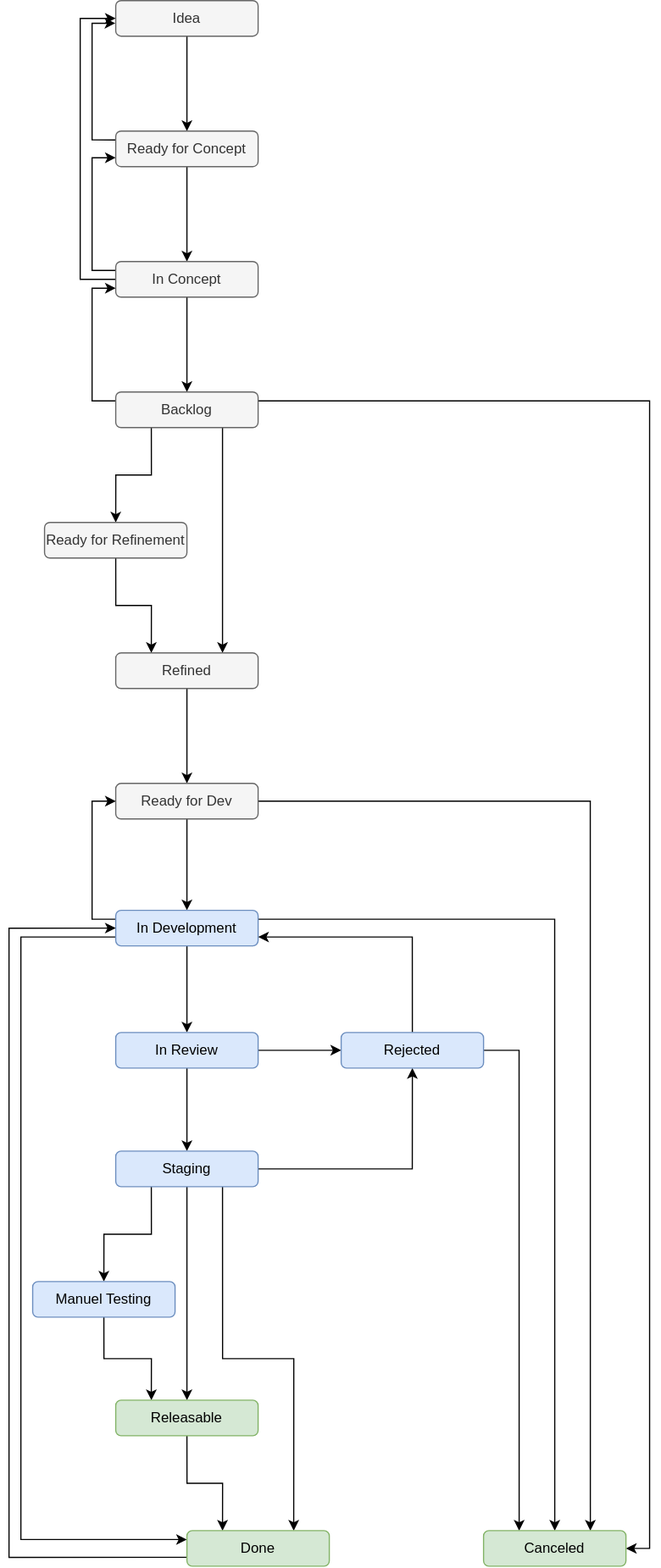
This is workflows/workflow-story.drawio.svg from ksb-digital/.github, a draw.io export, as it was before one commit. Source tidied: cells renumbered, new cells last; positions are measured from the earlier drawing's top-left corner, leaving out a move shared by most shapes. Its diagram source:
```xml
<mxGraphModel>
  <root>
    <mxCell id="0" />
    <mxCell id="1" parent="0" />
    <mxCell id="2" style="edgeStyle=orthogonalEdgeStyle;rounded=0;jettySize=auto;html=1;exitX=0.5;exitY=1;exitDx=0;exitDy=0;entryX=0.5;entryY=0;entryDx=0;entryDy=0;" parent="1" edge="1" source="3" target="6">
      <mxGeometry relative="1" as="geometry" />
    </mxCell>
    <mxCell id="3" value="Idea" style="rounded=1;whiteSpace=wrap;html=1;fillColor=#f5f5f5;fontColor=#333333;strokeColor=#666666;" parent="1" vertex="1">
      <mxGeometry x="90" width="120" height="30" as="geometry" />
    </mxCell>
    <mxCell id="4" style="edgeStyle=orthogonalEdgeStyle;rounded=0;jettySize=auto;html=1;exitX=0.5;exitY=1;exitDx=0;exitDy=0;entryX=0.5;entryY=0;entryDx=0;entryDy=0;" parent="1" edge="1" source="6" target="10">
      <mxGeometry relative="1" as="geometry" />
    </mxCell>
    <mxCell id="5" style="edgeStyle=orthogonalEdgeStyle;rounded=0;jettySize=auto;html=1;exitX=0;exitY=0.25;exitDx=0;exitDy=0;entryX=-0.003;entryY=0.637;entryDx=0;entryDy=0;entryPerimeter=0;" parent="1" edge="1" source="6" target="3">
      <mxGeometry relative="1" as="geometry" />
    </mxCell>
    <mxCell id="6" value="Ready for Concept" style="rounded=1;whiteSpace=wrap;html=1;fillColor=#f5f5f5;fontColor=#333333;strokeColor=#666666;" parent="1" vertex="1">
      <mxGeometry x="90" y="110" width="120" height="30" as="geometry" />
    </mxCell>
    <mxCell id="7" style="edgeStyle=orthogonalEdgeStyle;rounded=0;jettySize=auto;html=1;exitX=0.5;exitY=1;exitDx=0;exitDy=0;entryX=0.5;entryY=0;entryDx=0;entryDy=0;" parent="1" edge="1" source="10" target="15">
      <mxGeometry relative="1" as="geometry" />
    </mxCell>
    <mxCell id="8" style="edgeStyle=orthogonalEdgeStyle;rounded=0;jettySize=auto;html=1;exitX=0;exitY=0.25;exitDx=0;exitDy=0;entryX=0;entryY=0.75;entryDx=0;entryDy=0;" parent="1" edge="1" source="10" target="6">
      <mxGeometry relative="1" as="geometry" />
    </mxCell>
    <mxCell id="9" style="edgeStyle=orthogonalEdgeStyle;rounded=0;jettySize=auto;html=1;exitX=0;exitY=0.5;exitDx=0;exitDy=0;entryX=0;entryY=0.5;entryDx=0;entryDy=0;" parent="1" edge="1" source="10" target="3">
      <mxGeometry relative="1" as="geometry">
        <Array as="points">
          <mxPoint x="60" y="235" />
          <mxPoint x="60" y="15" />
        </Array>
      </mxGeometry>
    </mxCell>
    <mxCell id="10" value="In Concept" style="rounded=1;whiteSpace=wrap;html=1;fillColor=#f5f5f5;fontColor=#333333;strokeColor=#666666;" parent="1" vertex="1">
      <mxGeometry x="90" y="220" width="120" height="30" as="geometry" />
    </mxCell>
    <mxCell id="11" style="edgeStyle=orthogonalEdgeStyle;rounded=0;jettySize=auto;html=1;exitX=0.25;exitY=1;exitDx=0;exitDy=0;entryX=0.5;entryY=0;entryDx=0;entryDy=0;" parent="1" edge="1" source="15" target="17">
      <mxGeometry relative="1" as="geometry" />
    </mxCell>
    <mxCell id="12" style="edgeStyle=orthogonalEdgeStyle;rounded=0;jettySize=auto;html=1;exitX=0;exitY=0.25;exitDx=0;exitDy=0;entryX=0;entryY=0.75;entryDx=0;entryDy=0;" parent="1" edge="1" source="15" target="10">
      <mxGeometry relative="1" as="geometry" />
    </mxCell>
    <mxCell id="13" style="edgeStyle=orthogonalEdgeStyle;rounded=0;jettySize=auto;html=1;exitX=1;exitY=0.25;exitDx=0;exitDy=0;entryX=1;entryY=0.5;entryDx=0;entryDy=0;" parent="1" edge="1" source="15" target="45">
      <mxGeometry relative="1" as="geometry" />
    </mxCell>
    <mxCell id="14" style="edgeStyle=orthogonalEdgeStyle;rounded=0;jettySize=auto;html=1;exitX=0.75;exitY=1;exitDx=0;exitDy=0;entryX=0.75;entryY=0;entryDx=0;entryDy=0;" parent="1" edge="1" source="15" target="19">
      <mxGeometry relative="1" as="geometry" />
    </mxCell>
    <mxCell id="15" value="Backlog" style="rounded=1;whiteSpace=wrap;html=1;fillColor=#f5f5f5;fontColor=#333333;strokeColor=#666666;" parent="1" vertex="1">
      <mxGeometry x="90" y="330" width="120" height="30" as="geometry" />
    </mxCell>
    <mxCell id="16" style="edgeStyle=orthogonalEdgeStyle;rounded=0;jettySize=auto;html=1;exitX=0.5;exitY=1;exitDx=0;exitDy=0;entryX=0.25;entryY=0;entryDx=0;entryDy=0;" parent="1" edge="1" source="17" target="19">
      <mxGeometry relative="1" as="geometry" />
    </mxCell>
    <mxCell id="17" value="Ready for Refinement" style="rounded=1;whiteSpace=wrap;html=1;fillColor=#f5f5f5;fontColor=#333333;strokeColor=#666666;" parent="1" vertex="1">
      <mxGeometry x="30" y="440" width="120" height="30" as="geometry" />
    </mxCell>
    <mxCell id="18" style="edgeStyle=orthogonalEdgeStyle;rounded=0;jettySize=auto;html=1;exitX=0.5;exitY=1;exitDx=0;exitDy=0;entryX=0.5;entryY=0;entryDx=0;entryDy=0;" parent="1" edge="1" source="19" target="22">
      <mxGeometry relative="1" as="geometry" />
    </mxCell>
    <mxCell id="19" value="Refined" style="rounded=1;whiteSpace=wrap;html=1;fillColor=#f5f5f5;fontColor=#333333;strokeColor=#666666;" parent="1" vertex="1">
      <mxGeometry x="90" y="550" width="120" height="30" as="geometry" />
    </mxCell>
    <mxCell id="20" style="edgeStyle=orthogonalEdgeStyle;rounded=0;jettySize=auto;html=1;exitX=0.5;exitY=1;exitDx=0;exitDy=0;entryX=0.5;entryY=0;entryDx=0;entryDy=0;" parent="1" edge="1" source="22" target="27">
      <mxGeometry relative="1" as="geometry" />
    </mxCell>
    <mxCell id="21" style="edgeStyle=orthogonalEdgeStyle;rounded=0;jettySize=auto;html=1;exitX=1;exitY=0.5;exitDx=0;exitDy=0;entryX=0.75;entryY=0;entryDx=0;entryDy=0;" parent="1" edge="1" source="22" target="45">
      <mxGeometry relative="1" as="geometry" />
    </mxCell>
    <mxCell id="22" value="Ready for Dev" style="rounded=1;whiteSpace=wrap;html=1;fillColor=#f5f5f5;fontColor=#333333;strokeColor=#666666;" parent="1" vertex="1">
      <mxGeometry x="90" y="660" width="120" height="30" as="geometry" />
    </mxCell>
    <mxCell id="23" style="edgeStyle=orthogonalEdgeStyle;rounded=0;jettySize=auto;html=1;exitX=0.5;exitY=1;exitDx=0;exitDy=0;entryX=0.5;entryY=0;entryDx=0;entryDy=0;" parent="1" edge="1" source="27" target="30">
      <mxGeometry relative="1" as="geometry" />
    </mxCell>
    <mxCell id="24" style="edgeStyle=orthogonalEdgeStyle;rounded=0;jettySize=auto;html=1;exitX=1;exitY=0.25;exitDx=0;exitDy=0;entryX=0.5;entryY=0;entryDx=0;entryDy=0;" parent="1" edge="1" source="27" target="45">
      <mxGeometry relative="1" as="geometry" />
    </mxCell>
    <mxCell id="25" style="edgeStyle=orthogonalEdgeStyle;rounded=0;jettySize=auto;html=1;exitX=0;exitY=0.75;exitDx=0;exitDy=0;entryX=0;entryY=0.25;entryDx=0;entryDy=0;" parent="1" edge="1" source="27" target="44">
      <mxGeometry relative="1" as="geometry">
        <Array as="points">
          <mxPoint x="10" y="790" />
          <mxPoint x="10" y="1298" />
        </Array>
      </mxGeometry>
    </mxCell>
    <mxCell id="26" style="edgeStyle=orthogonalEdgeStyle;rounded=0;jettySize=auto;html=1;exitX=0;exitY=0.25;exitDx=0;exitDy=0;entryX=0;entryY=0.5;entryDx=0;entryDy=0;" parent="1" edge="1" source="27" target="22">
      <mxGeometry relative="1" as="geometry" />
    </mxCell>
    <mxCell id="27" value="In Development" style="rounded=1;whiteSpace=wrap;html=1;fillColor=#dae8fc;strokeColor=#6c8ebf;" parent="1" vertex="1">
      <mxGeometry x="90" y="767" width="120" height="30" as="geometry" />
    </mxCell>
    <mxCell id="28" style="edgeStyle=orthogonalEdgeStyle;rounded=0;jettySize=auto;html=1;exitX=0.5;exitY=1;exitDx=0;exitDy=0;entryX=0.5;entryY=0;entryDx=0;entryDy=0;" parent="1" edge="1" source="30" target="35">
      <mxGeometry relative="1" as="geometry" />
    </mxCell>
    <mxCell id="29" style="edgeStyle=orthogonalEdgeStyle;rounded=0;jettySize=auto;html=1;exitX=1;exitY=0.5;exitDx=0;exitDy=0;entryX=0;entryY=0.5;entryDx=0;entryDy=0;" parent="1" edge="1" source="30" target="38">
      <mxGeometry relative="1" as="geometry" />
    </mxCell>
    <mxCell id="30" value="In Review" style="rounded=1;whiteSpace=wrap;html=1;fillColor=#dae8fc;strokeColor=#6c8ebf;" parent="1" vertex="1">
      <mxGeometry x="90" y="870" width="120" height="30" as="geometry" />
    </mxCell>
    <mxCell id="31" style="edgeStyle=orthogonalEdgeStyle;rounded=0;jettySize=auto;html=1;exitX=0.25;exitY=1;exitDx=0;exitDy=0;entryX=0.5;entryY=0;entryDx=0;entryDy=0;" parent="1" edge="1" source="35" target="40">
      <mxGeometry relative="1" as="geometry" />
    </mxCell>
    <mxCell id="32" style="edgeStyle=orthogonalEdgeStyle;rounded=0;jettySize=auto;html=1;exitX=0.5;exitY=1;exitDx=0;exitDy=0;entryX=0.5;entryY=0;entryDx=0;entryDy=0;" parent="1" edge="1" source="35" target="42">
      <mxGeometry relative="1" as="geometry" />
    </mxCell>
    <mxCell id="33" style="edgeStyle=orthogonalEdgeStyle;rounded=0;jettySize=auto;html=1;exitX=0.75;exitY=1;exitDx=0;exitDy=0;entryX=0.75;entryY=0;entryDx=0;entryDy=0;" parent="1" edge="1" source="35" target="44">
      <mxGeometry relative="1" as="geometry" />
    </mxCell>
    <mxCell id="34" style="edgeStyle=orthogonalEdgeStyle;rounded=0;jettySize=auto;html=1;exitX=1;exitY=0.5;exitDx=0;exitDy=0;entryX=0.5;entryY=1;entryDx=0;entryDy=0;" parent="1" edge="1" source="35" target="38">
      <mxGeometry relative="1" as="geometry" />
    </mxCell>
    <mxCell id="35" value="Staging" style="rounded=1;whiteSpace=wrap;html=1;fillColor=#dae8fc;strokeColor=#6c8ebf;" parent="1" vertex="1">
      <mxGeometry x="90" y="970" width="120" height="30" as="geometry" />
    </mxCell>
    <mxCell id="36" style="edgeStyle=orthogonalEdgeStyle;rounded=0;jettySize=auto;html=1;exitX=0.5;exitY=0;exitDx=0;exitDy=0;entryX=1;entryY=0.75;entryDx=0;entryDy=0;" parent="1" edge="1" source="38" target="27">
      <mxGeometry relative="1" as="geometry" />
    </mxCell>
    <mxCell id="37" style="edgeStyle=orthogonalEdgeStyle;rounded=0;jettySize=auto;html=1;exitX=1;exitY=0.5;exitDx=0;exitDy=0;entryX=0.25;entryY=0;entryDx=0;entryDy=0;" parent="1" edge="1" source="38" target="45">
      <mxGeometry relative="1" as="geometry" />
    </mxCell>
    <mxCell id="38" value="Rejected" style="rounded=1;whiteSpace=wrap;html=1;fillColor=#dae8fc;strokeColor=#6c8ebf;" parent="1" vertex="1">
      <mxGeometry x="280" y="870" width="120" height="30" as="geometry" />
    </mxCell>
    <mxCell id="39" style="edgeStyle=orthogonalEdgeStyle;rounded=0;jettySize=auto;html=1;exitX=0.5;exitY=1;exitDx=0;exitDy=0;entryX=0.25;entryY=0;entryDx=0;entryDy=0;" parent="1" edge="1" source="40" target="42">
      <mxGeometry relative="1" as="geometry" />
    </mxCell>
    <mxCell id="40" value="Manuel Testing" style="rounded=1;whiteSpace=wrap;html=1;fillColor=#dae8fc;strokeColor=#6c8ebf;" parent="1" vertex="1">
      <mxGeometry x="20" y="1080" width="120" height="30" as="geometry" />
    </mxCell>
    <mxCell id="41" style="edgeStyle=orthogonalEdgeStyle;rounded=0;jettySize=auto;html=1;exitX=0.5;exitY=1;exitDx=0;exitDy=0;entryX=0.25;entryY=0;entryDx=0;entryDy=0;" parent="1" edge="1" source="42" target="44">
      <mxGeometry relative="1" as="geometry" />
    </mxCell>
    <mxCell id="42" value="Releasable" style="rounded=1;whiteSpace=wrap;html=1;fillColor=#d5e8d4;strokeColor=#82b366;" parent="1" vertex="1">
      <mxGeometry x="90" y="1180" width="120" height="30" as="geometry" />
    </mxCell>
    <mxCell id="43" style="edgeStyle=orthogonalEdgeStyle;rounded=0;jettySize=auto;html=1;exitX=0;exitY=0.75;exitDx=0;exitDy=0;entryX=0;entryY=0.5;entryDx=0;entryDy=0;" parent="1" edge="1" source="44" target="27">
      <mxGeometry relative="1" as="geometry">
        <Array as="points">
          <mxPoint y="1313" />
          <mxPoint y="782" />
        </Array>
      </mxGeometry>
    </mxCell>
    <mxCell id="44" value="Done" style="rounded=1;whiteSpace=wrap;html=1;fillColor=#d5e8d4;strokeColor=#82b366;" parent="1" vertex="1">
      <mxGeometry x="150" y="1290" width="120" height="30" as="geometry" />
    </mxCell>
    <mxCell id="45" value="Canceled" style="rounded=1;whiteSpace=wrap;html=1;fillColor=#d5e8d4;strokeColor=#82b366;" parent="1" vertex="1">
      <mxGeometry x="400" y="1290" width="120" height="30" as="geometry" />
    </mxCell>
  </root>
</mxGraphModel>
```
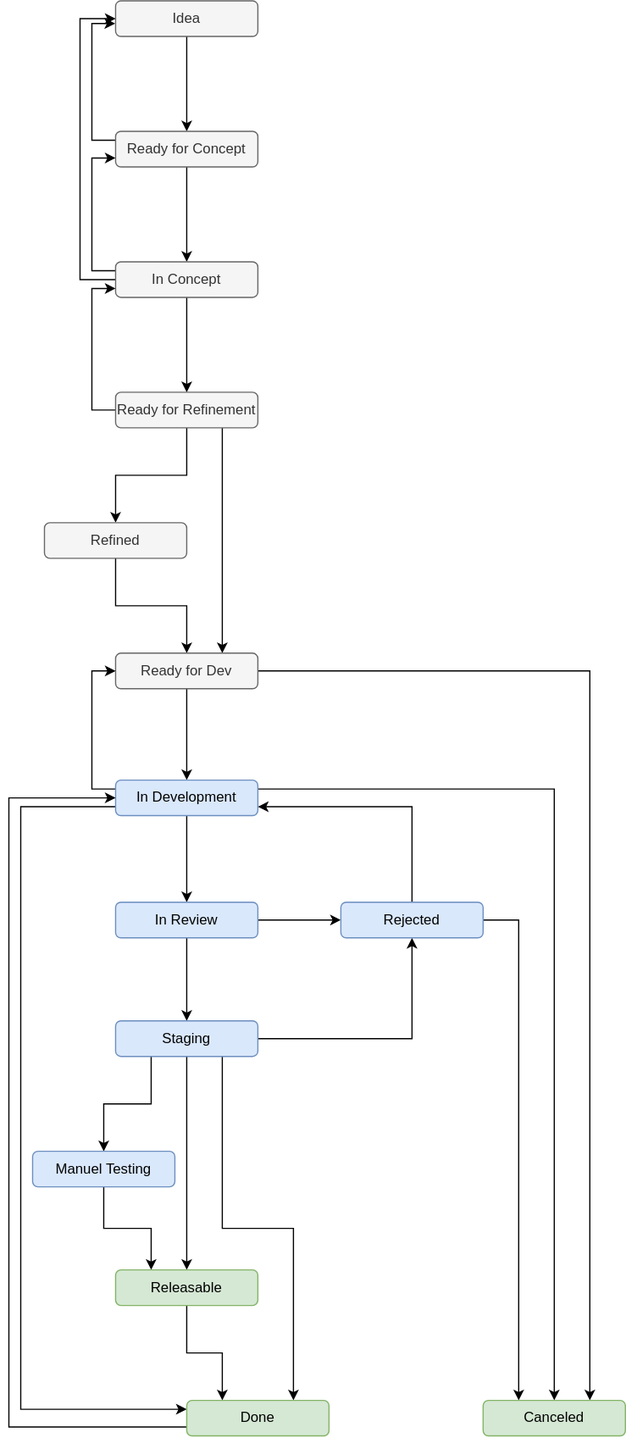
Later version of the same file.

Commit message:
docs: remove backlog stage

The edit, as a diff of the source:
```diff
@@ -6,7 +6,7 @@
       <mxGeometry relative="1" as="geometry" />
     </mxCell>
     <mxCell id="3" value="Idea" style="rounded=1;whiteSpace=wrap;html=1;fillColor=#f5f5f5;fontColor=#333333;strokeColor=#666666;" parent="1" vertex="1">
-      <mxGeometry x="90" width="120" height="30" as="geometry" />
+      <mxGeometry x="90" y="110" width="120" height="30" as="geometry" />
     </mxCell>
     <mxCell id="4" style="edgeStyle=orthogonalEdgeStyle;rounded=0;jettySize=auto;html=1;exitX=0.5;exitY=1;exitDx=0;exitDy=0;entryX=0.5;entryY=0;entryDx=0;entryDy=0;" parent="1" edge="1" source="6" target="10">
       <mxGeometry relative="1" as="geometry" />
@@ -15,9 +15,9 @@
       <mxGeometry relative="1" as="geometry" />
     </mxCell>
     <mxCell id="6" value="Ready for Concept" style="rounded=1;whiteSpace=wrap;html=1;fillColor=#f5f5f5;fontColor=#333333;strokeColor=#666666;" parent="1" vertex="1">
-      <mxGeometry x="90" y="110" width="120" height="30" as="geometry" />
+      <mxGeometry x="90" y="220" width="120" height="30" as="geometry" />
     </mxCell>
-    <mxCell id="7" style="edgeStyle=orthogonalEdgeStyle;rounded=0;jettySize=auto;html=1;exitX=0.5;exitY=1;exitDx=0;exitDy=0;entryX=0.5;entryY=0;entryDx=0;entryDy=0;" parent="1" edge="1" source="10" target="15">
+    <mxCell id="7" style="edgeStyle=orthogonalEdgeStyle;rounded=0;jettySize=auto;html=1;exitX=0.5;exitY=1;exitDx=0;exitDy=0;entryX=0.5;entryY=0;entryDx=0;entryDy=0;" parent="1" edge="1" source="10" target="17">
       <mxGeometry relative="1" as="geometry" />
     </mxCell>
     <mxCell id="8" style="edgeStyle=orthogonalEdgeStyle;rounded=0;jettySize=auto;html=1;exitX=0;exitY=0.25;exitDx=0;exitDy=0;entryX=0;entryY=0.75;entryDx=0;entryDy=0;" parent="1" edge="1" source="10" target="6">
@@ -26,40 +26,31 @@
     <mxCell id="9" style="edgeStyle=orthogonalEdgeStyle;rounded=0;jettySize=auto;html=1;exitX=0;exitY=0.5;exitDx=0;exitDy=0;entryX=0;entryY=0.5;entryDx=0;entryDy=0;" parent="1" edge="1" source="10" target="3">
       <mxGeometry relative="1" as="geometry">
         <Array as="points">
-          <mxPoint x="60" y="235" />
-          <mxPoint x="60" y="15" />
+          <mxPoint x="60" y="345" />
+          <mxPoint x="60" y="125" />
         </Array>
       </mxGeometry>
     </mxCell>
     <mxCell id="10" value="In Concept" style="rounded=1;whiteSpace=wrap;html=1;fillColor=#f5f5f5;fontColor=#333333;strokeColor=#666666;" parent="1" vertex="1">
-      <mxGeometry x="90" y="220" width="120" height="30" as="geometry" />
+      <mxGeometry x="90" y="330" width="120" height="30" as="geometry" />
     </mxCell>
-    <mxCell id="11" style="edgeStyle=orthogonalEdgeStyle;rounded=0;jettySize=auto;html=1;exitX=0.25;exitY=1;exitDx=0;exitDy=0;entryX=0.5;entryY=0;entryDx=0;entryDy=0;" parent="1" edge="1" source="15" target="17">
-      <mxGeometry relative="1" as="geometry" />
-    </mxCell>
-    <mxCell id="12" style="edgeStyle=orthogonalEdgeStyle;rounded=0;jettySize=auto;html=1;exitX=0;exitY=0.25;exitDx=0;exitDy=0;entryX=0;entryY=0.75;entryDx=0;entryDy=0;" parent="1" edge="1" source="15" target="10">
+    <mxCell id="12" style="edgeStyle=orthogonalEdgeStyle;rounded=0;jettySize=auto;html=1;exitX=0;exitY=0.5;exitDx=0;exitDy=0;entryX=0;entryY=0.75;entryDx=0;entryDy=0;" parent="1" edge="1" source="17" target="10">
       <mxGeometry relative="1" as="geometry" />
     </mxCell>
-    <mxCell id="13" style="edgeStyle=orthogonalEdgeStyle;rounded=0;jettySize=auto;html=1;exitX=1;exitY=0.25;exitDx=0;exitDy=0;entryX=1;entryY=0.5;entryDx=0;entryDy=0;" parent="1" edge="1" source="15" target="45">
-      <mxGeometry relative="1" as="geometry" />
-    </mxCell>
-    <mxCell id="14" style="edgeStyle=orthogonalEdgeStyle;rounded=0;jettySize=auto;html=1;exitX=0.75;exitY=1;exitDx=0;exitDy=0;entryX=0.75;entryY=0;entryDx=0;entryDy=0;" parent="1" edge="1" source="15" target="19">
-      <mxGeometry relative="1" as="geometry" />
-    </mxCell>
-    <mxCell id="15" value="Backlog" style="rounded=1;whiteSpace=wrap;html=1;fillColor=#f5f5f5;fontColor=#333333;strokeColor=#666666;" parent="1" vertex="1">
-      <mxGeometry x="90" y="330" width="120" height="30" as="geometry" />
-    </mxCell>
-    <mxCell id="16" style="edgeStyle=orthogonalEdgeStyle;rounded=0;jettySize=auto;html=1;exitX=0.5;exitY=1;exitDx=0;exitDy=0;entryX=0.25;entryY=0;entryDx=0;entryDy=0;" parent="1" edge="1" source="17" target="19">
+    <mxCell id="16" style="edgeStyle=orthogonalEdgeStyle;rounded=0;jettySize=auto;html=1;exitX=0.5;exitY=1;exitDx=0;exitDy=0;entryX=0.5;entryY=0;entryDx=0;entryDy=0;" parent="1" edge="1" source="17" target="19">
       <mxGeometry relative="1" as="geometry" />
     </mxCell>
+    <mxCell id="46" style="edgeStyle=orthogonalEdgeStyle;rounded=0;jettySize=auto;html=1;exitX=0.75;exitY=1;exitDx=0;exitDy=0;entryX=0.75;entryY=0;entryDx=0;entryDy=0;" parent="1" edge="1" source="17" target="22">
+      <mxGeometry relative="1" as="geometry" />
+    </mxCell>
     <mxCell id="17" value="Ready for Refinement" style="rounded=1;whiteSpace=wrap;html=1;fillColor=#f5f5f5;fontColor=#333333;strokeColor=#666666;" parent="1" vertex="1">
-      <mxGeometry x="30" y="440" width="120" height="30" as="geometry" />
+      <mxGeometry x="90" y="440" width="120" height="30" as="geometry" />
     </mxCell>
     <mxCell id="18" style="edgeStyle=orthogonalEdgeStyle;rounded=0;jettySize=auto;html=1;exitX=0.5;exitY=1;exitDx=0;exitDy=0;entryX=0.5;entryY=0;entryDx=0;entryDy=0;" parent="1" edge="1" source="19" target="22">
       <mxGeometry relative="1" as="geometry" />
     </mxCell>
     <mxCell id="19" value="Refined" style="rounded=1;whiteSpace=wrap;html=1;fillColor=#f5f5f5;fontColor=#333333;strokeColor=#666666;" parent="1" vertex="1">
-      <mxGeometry x="90" y="550" width="120" height="30" as="geometry" />
+      <mxGeometry x="30" y="550" width="120" height="30" as="geometry" />
     </mxCell>
     <mxCell id="20" style="edgeStyle=orthogonalEdgeStyle;rounded=0;jettySize=auto;html=1;exitX=0.5;exitY=1;exitDx=0;exitDy=0;entryX=0.5;entryY=0;entryDx=0;entryDy=0;" parent="1" edge="1" source="22" target="27">
       <mxGeometry relative="1" as="geometry" />
```
